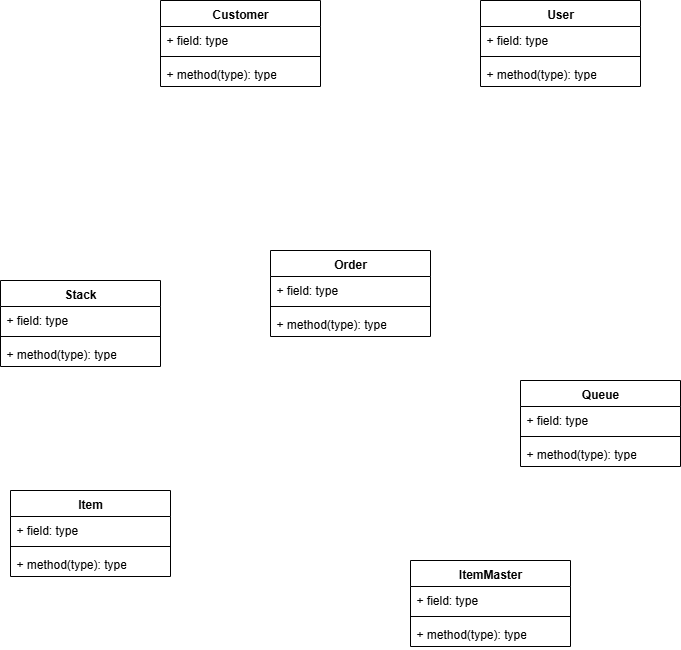
Above: web development/Class Diagram.drawio.png in another4433/another4433 (draw.io), before the change. Source tidied: cells renumbered, new cells last; positions are measured from the earlier drawing's top-left corner, leaving out a move shared by most shapes.
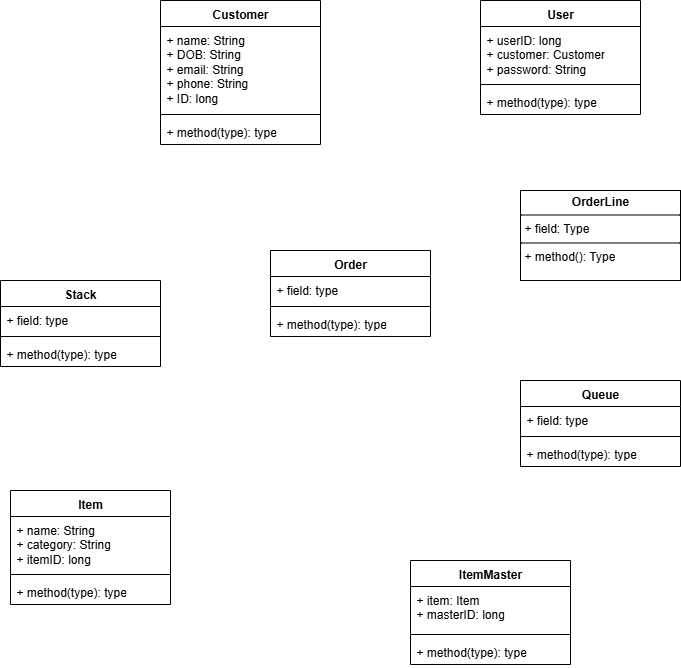
Above is the later version.

The edit, as a diff of the source:
```diff
@@ -3,16 +3,16 @@
     <mxCell id="0" />
     <mxCell id="1" parent="0" />
     <mxCell id="2" value="Customer" style="swimlane;fontStyle=1;align=center;verticalAlign=top;horizontal=1;startSize=26;whiteSpace=wrap;html=1;" parent="1" vertex="1">
-      <mxGeometry x="160" width="160" height="86" as="geometry" />
+      <mxGeometry x="160" width="160" height="144" as="geometry" />
     </mxCell>
-    <mxCell id="3" value="+ field: type" style="text;strokeColor=none;fillColor=none;align=left;verticalAlign=top;spacingLeft=4;spacingRight=4;overflow=hidden;whiteSpace=wrap;html=1;" parent="2" vertex="1">
-      <mxGeometry y="26" width="160" height="26" as="geometry" />
+    <mxCell id="3" value="+ name: String&lt;div&gt;+ DOB: String&lt;/div&gt;&lt;div&gt;+ email: String&lt;/div&gt;&lt;div&gt;+ phone: String&lt;/div&gt;&lt;div&gt;+ ID: long&lt;/div&gt;&lt;div&gt;&lt;br&gt;&lt;/div&gt;" style="text;strokeColor=none;fillColor=none;align=left;verticalAlign=top;spacingLeft=4;spacingRight=4;overflow=hidden;whiteSpace=wrap;html=1;" parent="2" vertex="1">
+      <mxGeometry y="26" width="160" height="84" as="geometry" />
     </mxCell>
     <mxCell id="4" style="line;strokeWidth=1;fillColor=none;align=left;verticalAlign=middle;spacingTop=-1;spacingLeft=3;spacingRight=3;labelPosition=right;strokeColor=inherit;" parent="2" vertex="1">
-      <mxGeometry y="52" width="160" height="8" as="geometry" />
+      <mxGeometry y="110" width="160" height="8" as="geometry" />
     </mxCell>
     <mxCell id="5" value="+ method(type): type" style="text;strokeColor=none;fillColor=none;align=left;verticalAlign=top;spacingLeft=4;spacingRight=4;overflow=hidden;whiteSpace=wrap;html=1;" parent="2" vertex="1">
-      <mxGeometry y="60" width="160" height="26" as="geometry" />
+      <mxGeometry y="118" width="160" height="26" as="geometry" />
     </mxCell>
     <mxCell id="6" value="Order" style="swimlane;fontStyle=1;align=center;verticalAlign=top;horizontal=1;startSize=26;whiteSpace=wrap;html=1;" parent="1" vertex="1">
       <mxGeometry x="270" y="250" width="160" height="86" as="geometry" />
@@ -27,40 +27,40 @@
       <mxGeometry y="60" width="160" height="26" as="geometry" />
     </mxCell>
     <mxCell id="10" value="ItemMaster" style="swimlane;fontStyle=1;align=center;verticalAlign=top;horizontal=1;startSize=26;whiteSpace=wrap;html=1;" parent="1" vertex="1">
-      <mxGeometry x="410" y="560" width="160" height="86" as="geometry" />
+      <mxGeometry x="410" y="560" width="160" height="104" as="geometry" />
     </mxCell>
-    <mxCell id="11" value="+ field: type" style="text;strokeColor=none;fillColor=none;align=left;verticalAlign=top;spacingLeft=4;spacingRight=4;overflow=hidden;whiteSpace=wrap;html=1;" parent="10" vertex="1">
-      <mxGeometry y="26" width="160" height="26" as="geometry" />
+    <mxCell id="11" value="+ item: Item&lt;div&gt;+ masterID: long&lt;/div&gt;" style="text;strokeColor=none;fillColor=none;align=left;verticalAlign=top;spacingLeft=4;spacingRight=4;overflow=hidden;whiteSpace=wrap;html=1;" parent="10" vertex="1">
+      <mxGeometry y="26" width="160" height="44" as="geometry" />
     </mxCell>
     <mxCell id="12" style="line;strokeWidth=1;fillColor=none;align=left;verticalAlign=middle;spacingTop=-1;spacingLeft=3;spacingRight=3;labelPosition=right;strokeColor=inherit;" parent="10" vertex="1">
-      <mxGeometry y="52" width="160" height="8" as="geometry" />
+      <mxGeometry y="70" width="160" height="8" as="geometry" />
     </mxCell>
     <mxCell id="13" value="+ method(type): type" style="text;strokeColor=none;fillColor=none;align=left;verticalAlign=top;spacingLeft=4;spacingRight=4;overflow=hidden;whiteSpace=wrap;html=1;" parent="10" vertex="1">
-      <mxGeometry y="60" width="160" height="26" as="geometry" />
+      <mxGeometry y="78" width="160" height="26" as="geometry" />
     </mxCell>
     <mxCell id="14" value="Item" style="swimlane;fontStyle=1;align=center;verticalAlign=top;horizontal=1;startSize=26;whiteSpace=wrap;html=1;" parent="1" vertex="1">
-      <mxGeometry x="10" y="490" width="160" height="86" as="geometry" />
+      <mxGeometry x="10" y="490" width="160" height="114" as="geometry" />
     </mxCell>
-    <mxCell id="15" value="+ field: type" style="text;strokeColor=none;fillColor=none;align=left;verticalAlign=top;spacingLeft=4;spacingRight=4;overflow=hidden;whiteSpace=wrap;html=1;" parent="14" vertex="1">
-      <mxGeometry y="26" width="160" height="26" as="geometry" />
+    <mxCell id="15" value="+ name: String&lt;div&gt;+ category: String&lt;/div&gt;&lt;div&gt;+ itemID: long&lt;/div&gt;" style="text;strokeColor=none;fillColor=none;align=left;verticalAlign=top;spacingLeft=4;spacingRight=4;overflow=hidden;whiteSpace=wrap;html=1;" parent="14" vertex="1">
+      <mxGeometry y="26" width="160" height="54" as="geometry" />
     </mxCell>
     <mxCell id="16" style="line;strokeWidth=1;fillColor=none;align=left;verticalAlign=middle;spacingTop=-1;spacingLeft=3;spacingRight=3;labelPosition=right;strokeColor=inherit;" parent="14" vertex="1">
-      <mxGeometry y="52" width="160" height="8" as="geometry" />
+      <mxGeometry y="80" width="160" height="8" as="geometry" />
     </mxCell>
     <mxCell id="17" value="+ method(type): type" style="text;strokeColor=none;fillColor=none;align=left;verticalAlign=top;spacingLeft=4;spacingRight=4;overflow=hidden;whiteSpace=wrap;html=1;" parent="14" vertex="1">
-      <mxGeometry y="60" width="160" height="26" as="geometry" />
+      <mxGeometry y="88" width="160" height="26" as="geometry" />
     </mxCell>
     <mxCell id="18" value="User" style="swimlane;fontStyle=1;align=center;verticalAlign=top;horizontal=1;startSize=26;whiteSpace=wrap;html=1;" parent="1" vertex="1">
-      <mxGeometry x="480" width="160" height="86" as="geometry" />
+      <mxGeometry x="480" width="160" height="114" as="geometry" />
     </mxCell>
-    <mxCell id="19" value="+ field: type" style="text;strokeColor=none;fillColor=none;align=left;verticalAlign=top;spacingLeft=4;spacingRight=4;overflow=hidden;whiteSpace=wrap;html=1;" parent="18" vertex="1">
-      <mxGeometry y="26" width="160" height="26" as="geometry" />
+    <mxCell id="19" value="+ userID: long&lt;div&gt;+ customer: Customer&lt;/div&gt;&lt;div&gt;+ password: String&lt;/div&gt;" style="text;strokeColor=none;fillColor=none;align=left;verticalAlign=top;spacingLeft=4;spacingRight=4;overflow=hidden;whiteSpace=wrap;html=1;" parent="18" vertex="1">
+      <mxGeometry y="26" width="160" height="54" as="geometry" />
     </mxCell>
     <mxCell id="20" style="line;strokeWidth=1;fillColor=none;align=left;verticalAlign=middle;spacingTop=-1;spacingLeft=3;spacingRight=3;labelPosition=right;strokeColor=inherit;" parent="18" vertex="1">
-      <mxGeometry y="52" width="160" height="8" as="geometry" />
+      <mxGeometry y="80" width="160" height="8" as="geometry" />
     </mxCell>
     <mxCell id="21" value="+ method(type): type" style="text;strokeColor=none;fillColor=none;align=left;verticalAlign=top;spacingLeft=4;spacingRight=4;overflow=hidden;whiteSpace=wrap;html=1;" parent="18" vertex="1">
-      <mxGeometry y="60" width="160" height="26" as="geometry" />
+      <mxGeometry y="88" width="160" height="26" as="geometry" />
     </mxCell>
     <mxCell id="22" value="Queue" style="swimlane;fontStyle=1;align=center;verticalAlign=top;horizontal=1;startSize=26;whiteSpace=wrap;html=1;" parent="1" vertex="1">
       <mxGeometry x="520" y="380" width="160" height="86" as="geometry" />
@@ -86,5 +86,8 @@
     <mxCell id="29" value="+ method(type): type" style="text;strokeColor=none;fillColor=none;align=left;verticalAlign=top;spacingLeft=4;spacingRight=4;overflow=hidden;whiteSpace=wrap;html=1;" parent="26" vertex="1">
       <mxGeometry y="60" width="160" height="26" as="geometry" />
     </mxCell>
+    <mxCell id="30" value="&lt;p style=&quot;margin:0px;margin-top:4px;text-align:center;&quot;&gt;&lt;b&gt;OrderLine&lt;/b&gt;&lt;/p&gt;&lt;hr size=&quot;1&quot; style=&quot;border-style:solid;&quot;&gt;&lt;p style=&quot;margin:0px;margin-left:4px;&quot;&gt;+ field: Type&lt;/p&gt;&lt;hr size=&quot;1&quot; style=&quot;border-style:solid;&quot;&gt;&lt;p style=&quot;margin:0px;margin-left:4px;&quot;&gt;+ method(): Type&lt;/p&gt;" style="verticalAlign=top;align=left;overflow=fill;html=1;whiteSpace=wrap;" parent="1" vertex="1">
+      <mxGeometry x="520" y="190" width="160" height="90" as="geometry" />
+    </mxCell>
   </root>
 </mxGraphModel>
```
